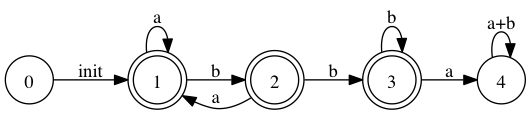
The Graphviz diagram Assignment4/1-2.gv.png in ranmocy/Automata-Theory, before a commit. Its source is kept beside it as Assignment4/1-2.gv.
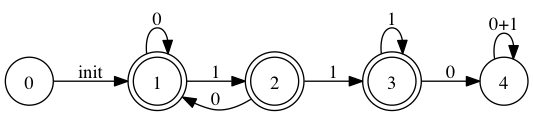
The same file after the commit.

Change to the diagram source:
```diff
@@ -6,13 +6,13 @@
 
         0->1[label="init"];
 
-        1->1[label="a"];
-        1->2[label="b"];
-        2->3[label="b"];
-        2->1[label="a"]
-        3->3[label="b"];
-        3->4[label="a"];
-        4->4[label="a+b"];
+        1->1[label="0"];
+        1->2[label="1"];
+        2->3[label="1"];
+        2->1[label="0"]
+        3->3[label="1"];
+        3->4[label="0"];
+        4->4[label="0+1"];
 }
 
 digraph 2 {
@@ -23,13 +23,13 @@
 
         0->1[label="init"];
 
-        1->1[label="a"];
-        1->2[label="b"];
-        2->3[label="b"];
-        2->1[label="a"]
-        3->3[label="b"];
-        3->4[label="a"];
-        4->4[label="a+b"];
+        1->1[label="0"];
+        1->2[label="1"];
+        2->3[label="1"];
+        2->1[label="0"]
+        3->3[label="1"];
+        3->4[label="0"];
+        4->4[label="0+1"];
 
         1->5[label=<&epsilon;>]
         2->6[label=<&epsilon;>]
@@ -44,11 +44,11 @@
 
         0->1[label="init"];
 
-        1->1[label="a"];
-        1->2[label="b"];
-        2->1[label="a"]
-        2->7[label=<bb<sup>*</sup>>]
-        2->4[label=<bb<sup>*</sup>a(a+b)<sup>*</sup>>];
+        1->1[label="0"];
+        1->2[label="1"];
+        2->1[label="0"]
+        2->7[label=<11<sup>*</sup>>]
+        2->4[label=<11<sup>*</sup>0(0+1)<sup>*</sup>>];
 
         1->5[label=<&epsilon;>]
         2->6[label=<&epsilon;>]
@@ -62,10 +62,10 @@
 
         0->1[label="init"];
 
-        1->1[label=<a+ba>];
-        1->6[label="b"];
-        1->7[label=<bbb<sup>*</sup>>]
-        1->4[label=<bbb<sup>*</sup>a(a+b)<sup>*</sup>>];
+        1->1[label=<0+10>];
+        1->6[label="1"];
+        1->7[label=<111<sup>*</sup>>]
+        1->4[label=<111<sup>*</sup>0(0+1)<sup>*</sup>>];
 
         1->5[label=<&epsilon;>]
 }
@@ -76,8 +76,8 @@
 	node[shape=doublecircle]; 5 6 7;
 	node[shape=circle];
 
-        0->5[label=<(a+ba)<sup>*</sup>>];
-        0->6[label=<(a+ba)<sup>*</sup>b>];
-        0->7[label=<(a+ba)<sup>*</sup>bbb<sup>*</sup>>]
-        0->4[label=<(a+ba)<sup>*</sup>bbb<sup>*</sup>a(a+b)<sup>*</sup>>];
+        0->5[label=<(0+10)<sup>*</sup>>];
+        0->6[label=<(0+10)<sup>*</sup>1>];
+        0->7[label=<(0+10)<sup>*</sup>111<sup>*</sup>>]
+        0->4[label=<(0+10)<sup>*</sup>111<sup>*</sup>0(0+1)<sup>*</sup>>];
 }
```
